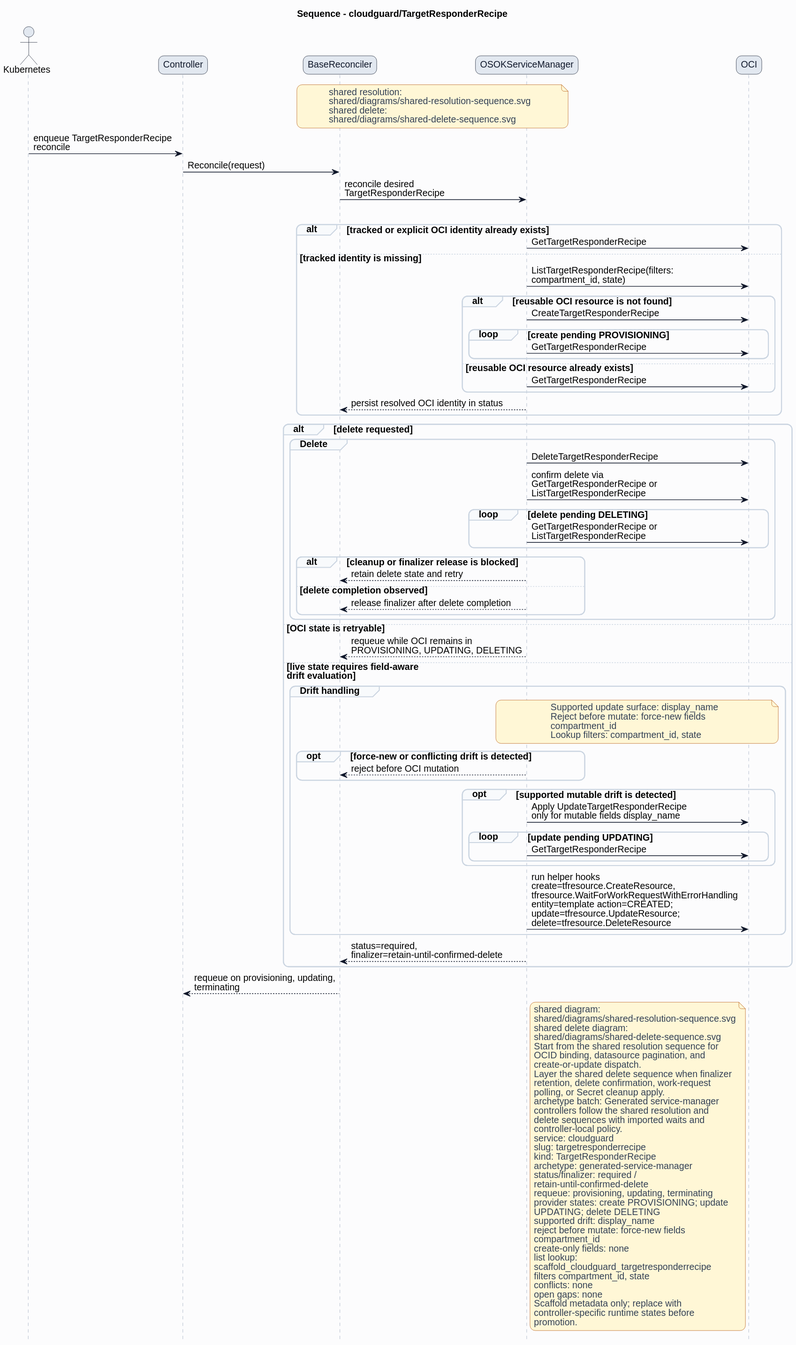
Earlier version of the PlantUML export formal/controllers/cloudguard/targetresponderrecipe/diagrams/sequence.svg (HaoyL666/oci-service-operator).
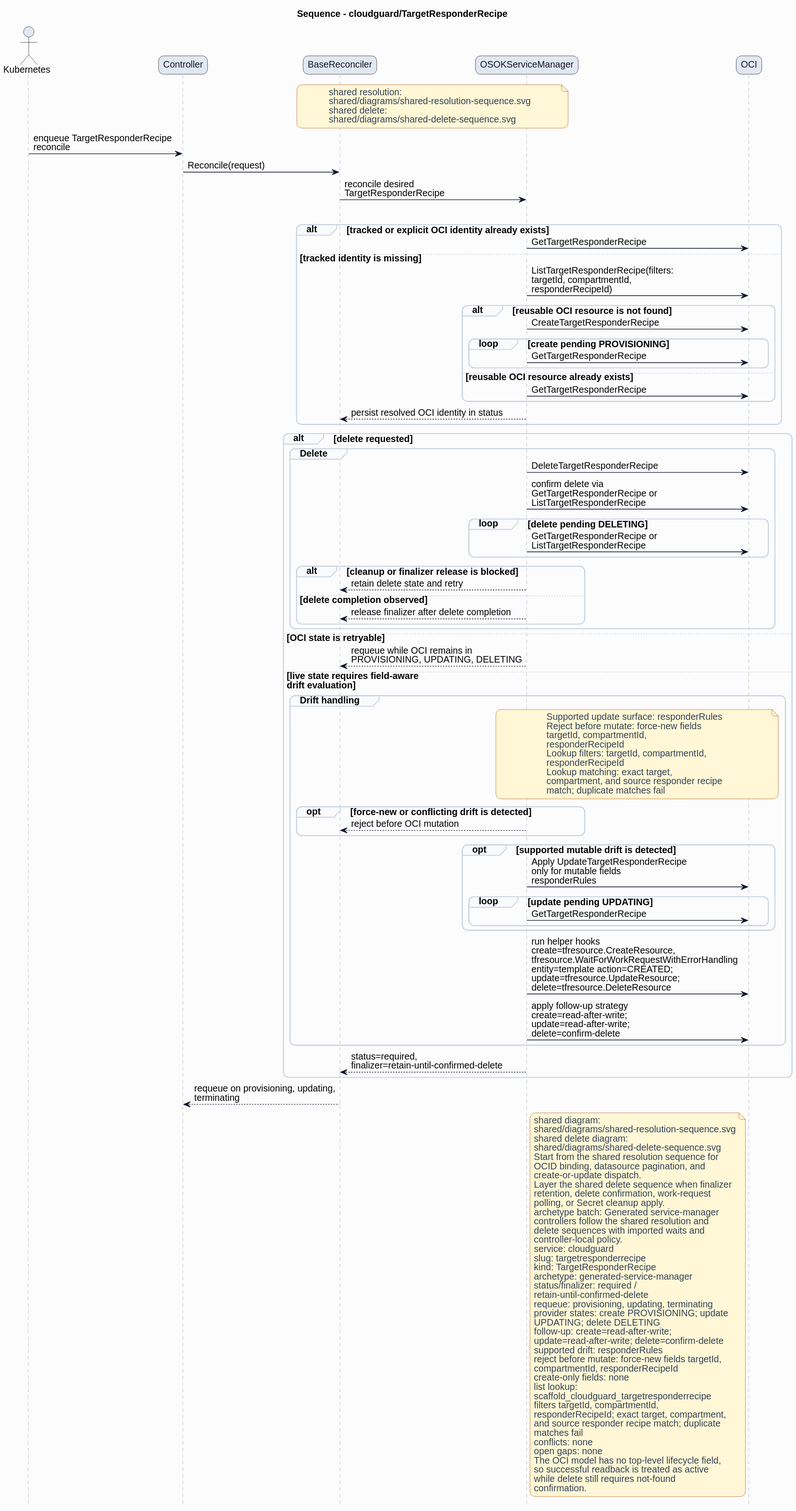
Later version of the same file.

Diff of the diagram source:
```diff
@@ -38,7 +38,7 @@
 alt tracked or explicit OCI identity already exists
 ServiceManager -> OCI: GetTargetResponderRecipe
 else tracked identity is missing
-ServiceManager -> OCI: ListTargetResponderRecipe(filters:\ncompartment_id, state)
+ServiceManager -> OCI: ListTargetResponderRecipe(filters:\ntargetId, compartmentId,\nresponderRecipeId)
 alt reusable OCI resource is not found
 ServiceManager -> OCI: CreateTargetResponderRecipe
 loop create pending PROVISIONING
@@ -67,21 +67,27 @@
 else live state requires field-aware\ndrift evaluation
 group Drift handling
 note over ServiceManager,OCI
-Supported update surface: display_name
+Supported update surface: responderRules
 Reject before mutate: force-new fields
-compartment_id
-Lookup filters: compartment_id, state
+targetId, compartmentId,
+responderRecipeId
+Lookup filters: targetId, compartmentId,
+responderRecipeId
+Lookup matching: exact target,
+compartment, and source responder recipe
+match; duplicate matches fail
 end note
 opt force-new or conflicting drift is detected
 ServiceManager --> BaseReconciler: reject before OCI mutation
 end
 opt supported mutable drift is detected
-ServiceManager -> OCI: Apply UpdateTargetResponderRecipe\nonly for mutable fields display_name
+ServiceManager -> OCI: Apply UpdateTargetResponderRecipe\nonly for mutable fields\nresponderRules
 loop update pending UPDATING
 ServiceManager -> OCI: GetTargetResponderRecipe
 end
 end
 ServiceManager -> OCI: run helper hooks\ncreate=tfresource.CreateResource,\ntfresource.WaitForWorkRequestWithErrorHandling\nentity=template action=CREATED;\nupdate=tfresource.UpdateResource;\ndelete=tfresource.DeleteResource
+ServiceManager -> OCI: apply follow-up strategy\ncreate=read-after-write;\nupdate=read-after-write;\ndelete=confirm-delete
 end
 ServiceManager --> BaseReconciler: status=required,\nfinalizer=retain-until-confirmed-delete
 end
@@ -110,17 +116,23 @@
 requeue: provisioning, updating, terminating
 provider states: create PROVISIONING; update
 UPDATING; delete DELETING
-supported drift: display_name
-reject before mutate: force-new fields
-compartment_id
+follow-up: create=read-after-write;
+update=read-after-write; delete=confirm-delete
+supported drift: responderRules
+reject before mutate: force-new fields targetId,
+compartmentId, responderRecipeId
 create-only fields: none
 list lookup:
 scaffold_cloudguard_targetresponderrecipe
-filters compartment_id, state
+filters targetId, compartmentId,
+responderRecipeId; exact target, compartment,
+and source responder recipe match; duplicate
+matches fail
 conflicts: none
 open gaps: none
-Scaffold metadata only; replace with
-controller-specific runtime states before
-promotion.
+The OCI model has no top-level lifecycle field,
+so successful readback is treated as active
+while delete still requires not-found
+confirmation.
 end note
 @enduml
```
